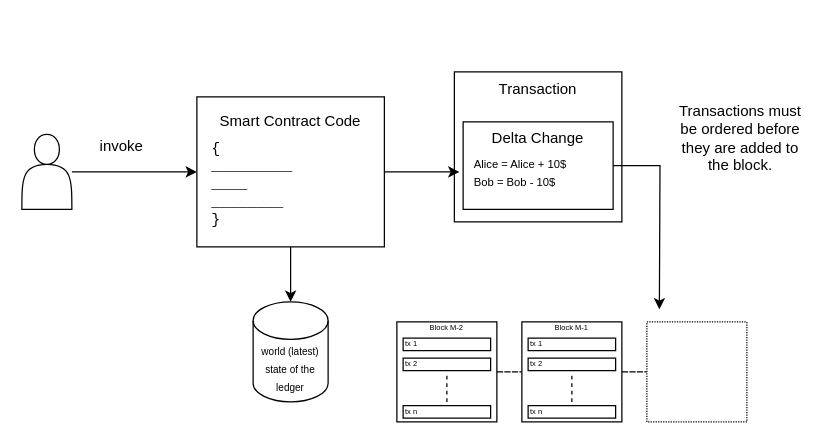
The draw.io diagram page "Page-1" (1 of 2) of _posts/FabEthv1/diagrams/eth_fab_comparison_v1.drawio in arnabkaycee/arnabkaycee.github.io, before the edit. Source tidied: cells renumbered, new cells numbered last; positions are measured from the earlier drawing's top-left corner, leaving out a move shared by most shapes. Both pictures are drawn from the tidied source at 125%, with x=0, y=0 at pixel (21, 71).
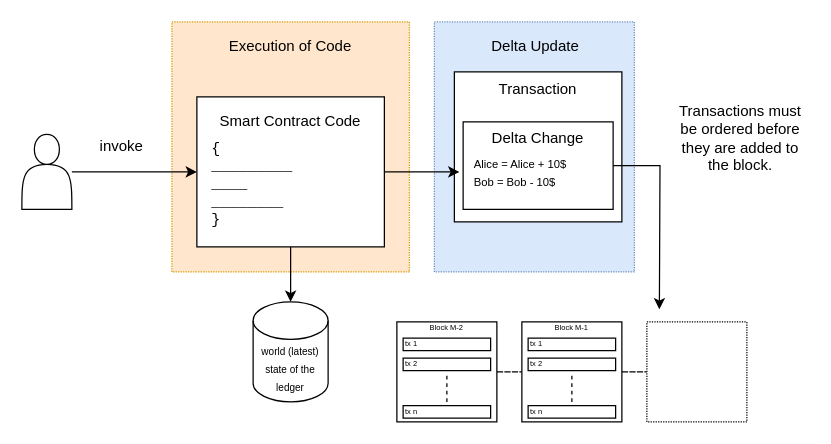
Above is the later version.

Change to the diagram source:
```diff
@@
+    <mxCell id="40" style="rounded=0;whiteSpace=wrap;html=1;dashed=1;dashPattern=1 1;fontFamily=Helvetica;fontSize=12;align=left;fillColor=#dae8fc;strokeColor=#6c8ebf;" parent="1" vertex="1">
+      <mxGeometry x="330" y="-40" width="160" height="200" as="geometry" />
+    </mxCell>
+    <mxCell id="41" style="rounded=0;whiteSpace=wrap;html=1;dashed=1;dashPattern=1 1;fontFamily=Helvetica;fontSize=12;align=left;fillColor=#ffe6cc;strokeColor=#d79b00;" parent="1" vertex="1">
+      <mxGeometry x="120" y="-40" width="190" height="200" as="geometry" />
+    </mxCell>
@@
+    <mxCell id="42" value="Execution of Code" style="text;html=1;strokeColor=none;fillColor=none;align=center;verticalAlign=middle;whiteSpace=wrap;rounded=0;dashed=1;dashPattern=1 1;fontFamily=Helvetica;fontSize=12;" parent="1" vertex="1">
+      <mxGeometry x="145" y="-30" width="140" height="20" as="geometry" />
+    </mxCell>
+    <mxCell id="43" value="Delta Update" style="text;html=1;strokeColor=none;fillColor=none;align=center;verticalAlign=middle;whiteSpace=wrap;rounded=0;dashed=1;dashPattern=1 1;fontFamily=Helvetica;fontSize=12;" parent="1" vertex="1">
+      <mxGeometry x="341" y="-30" width="140" height="20" as="geometry" />
+    </mxCell>
```
